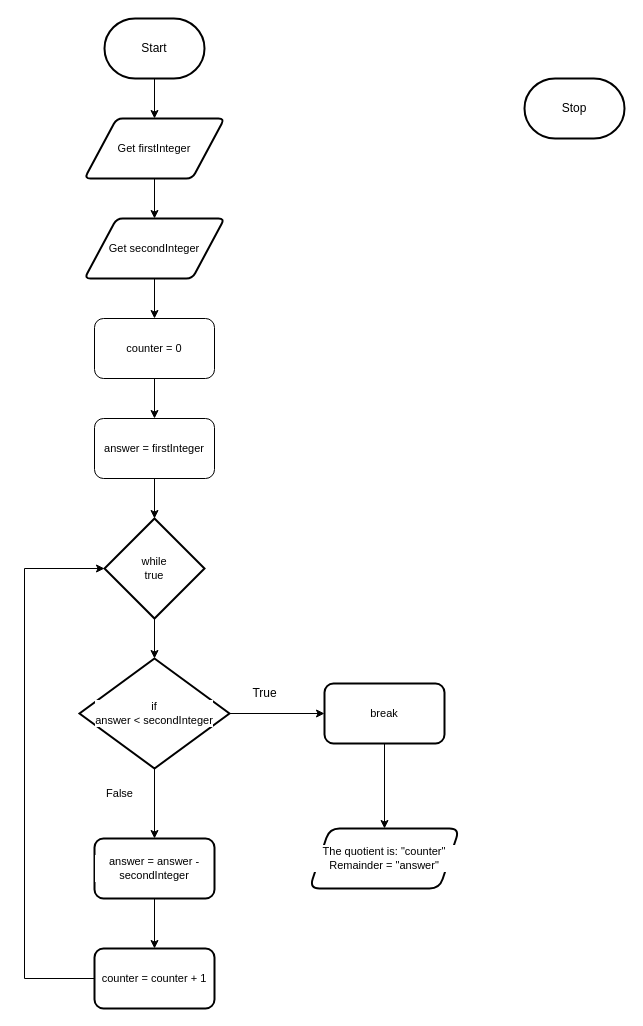
Before: design/flowchart.drawio in MTHS-ICD2O-1-2024/ICD2O-Unit-5-08-Olivia-Ten-Den, a draw.io diagram. Source tidied: cells renumbered, new cells numbered last; positions are measured from the earlier drawing's top-left corner, leaving out a move shared by most shapes. Both pictures are drawn from the tidied source at 100%, with x=0, y=0 at pixel (24, 18).
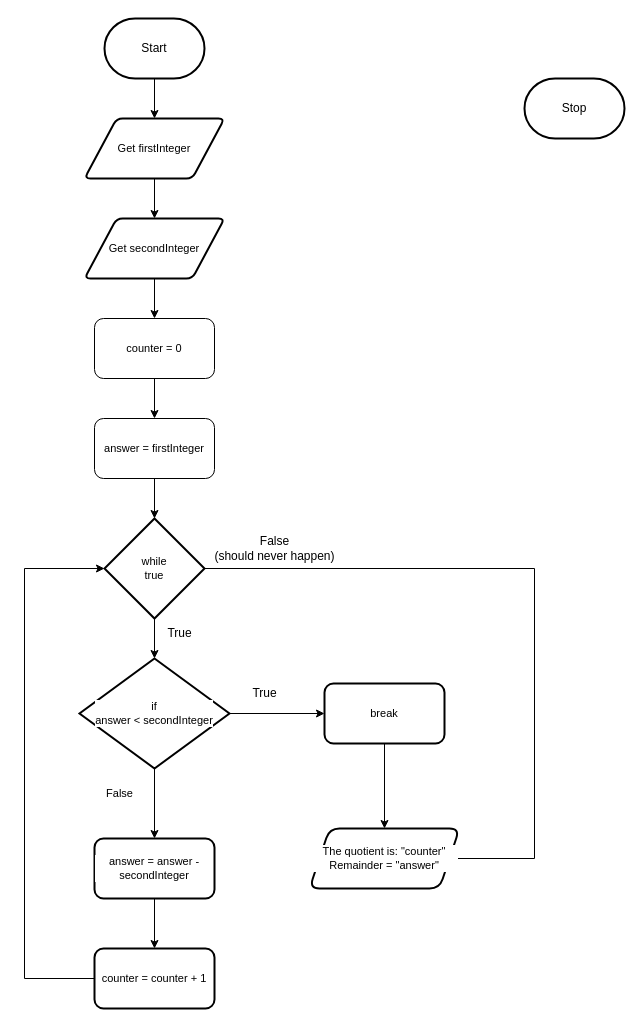
The same diagram, later.

The change refers to these unchanged cells:
```xml
<mxCell id="12" value="&lt;div&gt;&lt;font color=&quot;#000000&quot;&gt;while&lt;/font&gt;&lt;/div&gt;&lt;div&gt;true&lt;/div&gt;" style="strokeWidth=2;html=1;shape=mxgraph.flowchart.decision;whiteSpace=wrap;fontFamily=Helvetica;fontSize=11;fontColor=default;labelBackgroundColor=default;" parent="1" vertex="1">
  <mxGeometry x="80" y="500" width="100" height="100" as="geometry" />
</mxCell>
<mxCell id="20" value="The quotient is: &quot;counter&quot; Remainder = &quot;answer&quot;" style="shape=parallelogram;perimeter=parallelogramPerimeter;whiteSpace=wrap;html=1;fixedSize=1;fontSize=11;rounded=1;strokeWidth=2;labelBackgroundColor=default;" parent="1" vertex="1">
  <mxGeometry x="285" y="810" width="150" height="60" as="geometry" />
</mxCell>
```

Diff of the diagram source:
```diff
@@
+    <mxCell id="27" style="edgeStyle=orthogonalEdgeStyle;shape=connector;rounded=0;html=1;strokeColor=default;align=center;verticalAlign=middle;fontFamily=Helvetica;fontSize=11;fontColor=default;labelBackgroundColor=default;endArrow=classic;entryX=1;entryY=0.5;entryDx=0;entryDy=0;" parent="1" edge="1" source="12" target="20">
+      <mxGeometry relative="1" as="geometry">
+        <Array as="points">
+          <mxPoint x="510" y="550" />
+          <mxPoint x="510" y="840" />
+        </Array>
+      </mxGeometry>
+    </mxCell>
@@
+    <mxCell id="28" value="True" style="text;html=1;align=center;verticalAlign=middle;strokeColor=none;fillColor=none;" parent="1" vertex="1">
+      <mxGeometry x="130" y="600" width="50" height="30" as="geometry" />
+    </mxCell>
+    <mxCell id="29" value="False&lt;div&gt;(should never happen)&lt;/div&gt;" style="text;html=1;align=center;verticalAlign=middle;strokeColor=none;fillColor=none;" parent="1" vertex="1">
+      <mxGeometry x="180" y="510" width="140" height="40" as="geometry" />
+    </mxCell>
```
